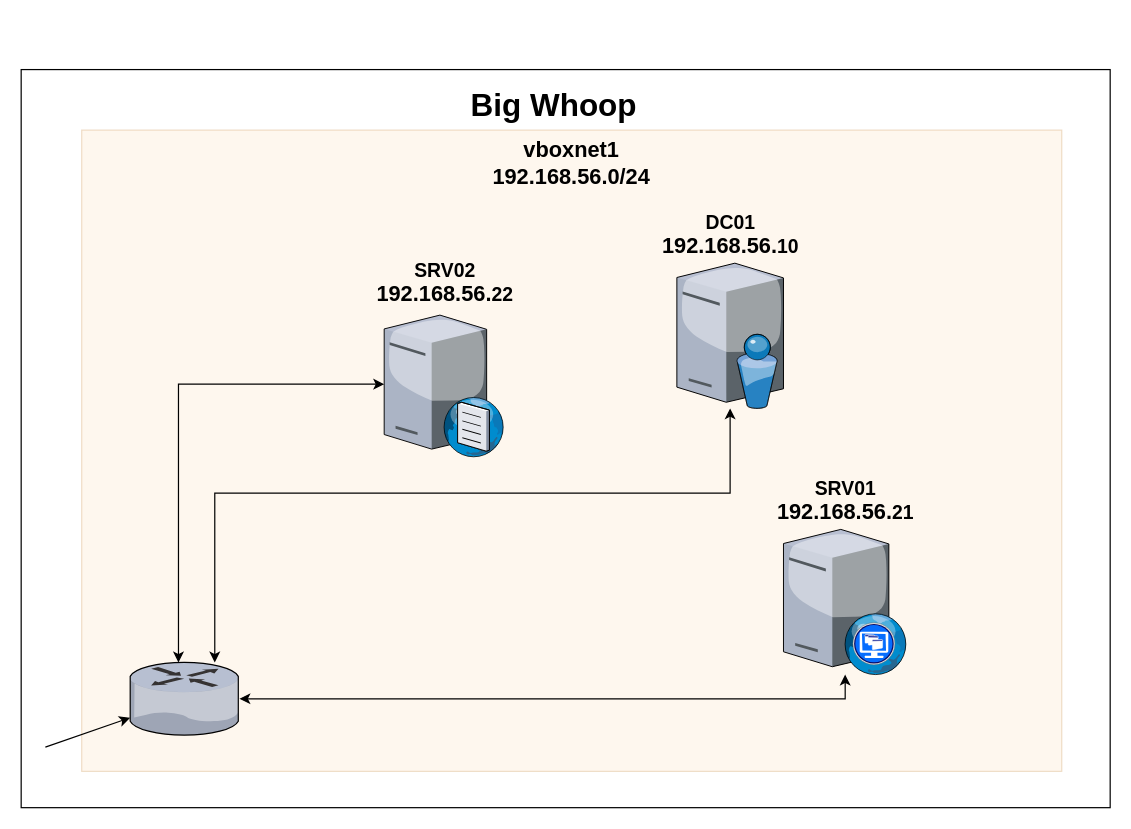
The draw.io diagram pics/whoop.drawio in mncmb/ninevox, before the edit. Source tidied: cells renumbered, new cells numbered last; positions are measured from the earlier drawing's top-left corner, leaving out a move shared by most shapes. Both pictures are drawn from the tidied source at 121%, with x=0, y=0 at pixel (21, 69).
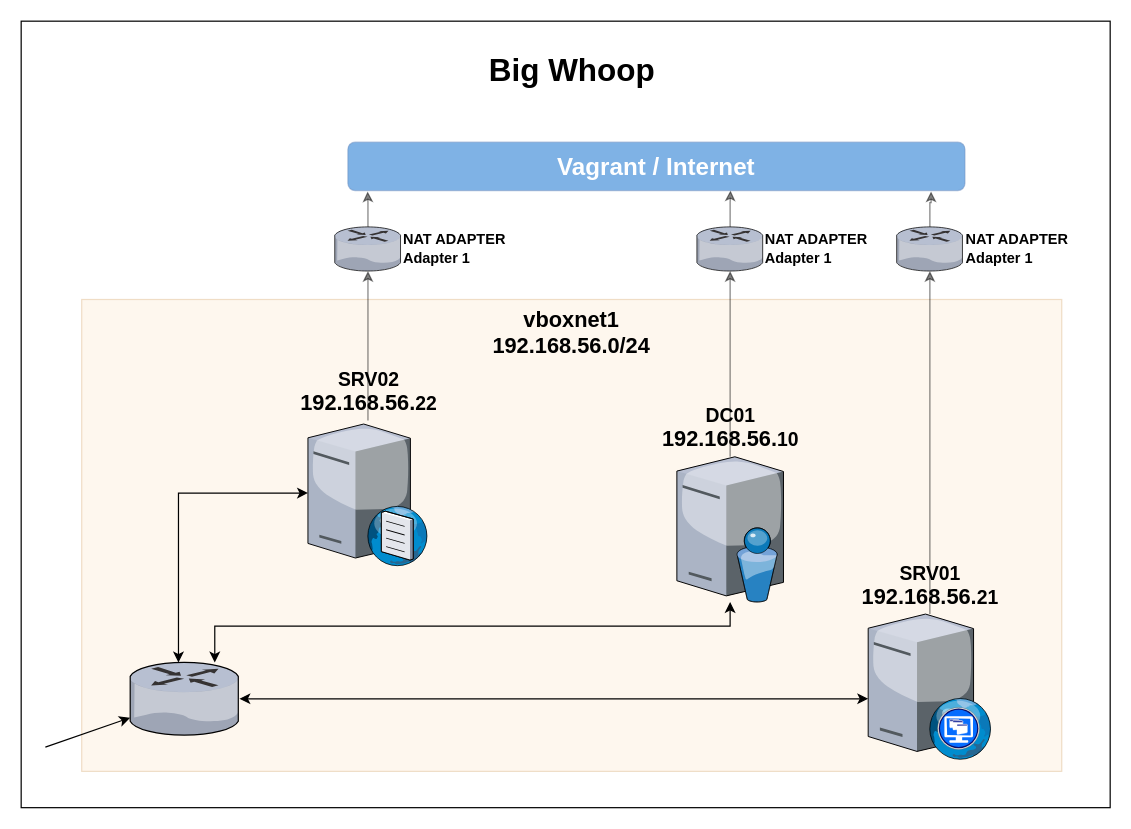
The same page after the edit.

Unchanged cells that the change refers to:
```xml
<mxCell id="11" style="verticalLabelPosition=bottom;sketch=0;html=1;verticalAlign=top;strokeColor=none;align=center;outlineConnect=0;shape=mxgraph.citrix.router;" parent="1" vertex="1">
  <mxGeometry x="90" y="490" width="90.4" height="60" as="geometry" />
</mxCell>
```

What changed in the source:
```diff
@@
     <mxCell id="2" style="rounded=0;whiteSpace=wrap;html=1;fontSize=26;" parent="1" vertex="1">
-      <mxGeometry width="900" height="610" as="geometry" />
+      <mxGeometry y="-40" width="900" height="650" as="geometry" />
     </mxCell>
     <mxCell id="3" value="&lt;div style=&quot;font-size: 18px&quot;&gt;&lt;span&gt;vboxnet1&lt;/span&gt;&lt;/div&gt;&lt;div style=&quot;font-size: 18px&quot;&gt;&lt;span&gt;192.168.56.0/24&lt;/span&gt;&lt;br&gt;&lt;/div&gt;" style="whiteSpace=wrap;html=1;fillColor=#fad7ac;fontSize=14;strokeColor=#b46504;verticalAlign=top;fontStyle=1;opacity=20;" parent="1" vertex="1">
-      <mxGeometry x="50" y="50" width="810" height="530" as="geometry" />
+      <mxGeometry x="50" y="190" width="810" height="390" as="geometry" />
     </mxCell>
     <mxCell id="4" value="Big Whoop" style="text;strokeColor=none;fillColor=none;html=1;fontSize=26;fontStyle=1;verticalAlign=middle;align=center;" parent="1" vertex="1">
-      <mxGeometry x="9.5" y="10" width="861" height="40" as="geometry" />
+      <mxGeometry x="24.5" y="-19" width="861" height="40" as="geometry" />
     </mxCell>
     <mxCell id="5" style="edgeStyle=orthogonalEdgeStyle;rounded=0;jettySize=auto;html=1;startArrow=classic;startFill=1;" parent="1" edge="1" source="6" target="11">
       <mxGeometry relative="1" as="geometry">
         <Array as="points">
-          <mxPoint x="586" y="350" />
-          <mxPoint x="160" y="350" />
+          <mxPoint x="586" y="460" />
+          <mxPoint x="160" y="460" />
         </Array>
       </mxGeometry>
     </mxCell>
+    <mxCell id="13" style="edgeStyle=orthogonalEdgeStyle;rounded=0;jettySize=auto;html=1;opacity=50;" parent="1" edge="1" source="6" target="19">
+      <mxGeometry relative="1" as="geometry" />
+    </mxCell>
     <mxCell id="6" value="&lt;div style=&quot;font-size: 16px&quot;&gt;&lt;font style=&quot;font-size: 16px&quot;&gt;DC01&lt;/font&gt;&lt;/div&gt;&lt;span style=&quot;font-size: 18px&quot;&gt;192.168.56.&lt;/span&gt;&lt;span style=&quot;font-size: 16px&quot;&gt;10&lt;/span&gt;&lt;span style=&quot;font-size: 18px&quot;&gt;&lt;br&gt;&lt;/span&gt;" style="verticalLabelPosition=top;sketch=0;html=1;verticalAlign=bottom;strokeColor=#82b366;align=center;outlineConnect=0;shape=mxgraph.citrix.directory_server;labelPosition=center;fontSize=14;fontStyle=1;fillColor=#d5e8d4;" parent="1" vertex="1">
-      <mxGeometry x="541.9" y="160" width="88.1" height="120" as="geometry" />
+      <mxGeometry x="541.9" y="320" width="88.1" height="120" as="geometry" />
     </mxCell>
     <mxCell id="7" style="edgeStyle=orthogonalEdgeStyle;rounded=0;jettySize=auto;html=1;startArrow=classic;startFill=1;" parent="1" edge="1" source="8" target="11">
       <mxGeometry relative="1" as="geometry">
         <Array as="points">
-          <mxPoint x="130" y="260" />
+          <mxPoint x="130" y="350" />
         </Array>
       </mxGeometry>
     </mxCell>
+    <mxCell id="14" style="edgeStyle=orthogonalEdgeStyle;rounded=0;jettySize=auto;html=1;opacity=50;" parent="1" edge="1" source="8" target="21">
+      <mxGeometry relative="1" as="geometry" />
+    </mxCell>
     <mxCell id="8" value="&lt;font style=&quot;font-size: 16px&quot;&gt;SRV02&lt;br&gt;&lt;/font&gt;&lt;span style=&quot;font-size: 18px&quot;&gt;192.168.56.&lt;/span&gt;&lt;span style=&quot;font-size: 16px&quot;&gt;22&lt;/span&gt;&lt;span style=&quot;font-size: 18px&quot;&gt;&lt;br&gt;&lt;/span&gt;" style="verticalLabelPosition=top;sketch=0;html=1;verticalAlign=bottom;strokeColor=none;align=center;outlineConnect=0;shape=mxgraph.citrix.dns_server;labelPosition=center;fontSize=14;fontStyle=1;" parent="1" vertex="1">
-      <mxGeometry x="300" y="200" width="99.2" height="120" as="geometry" />
+      <mxGeometry x="237" y="290" width="99.2" height="120" as="geometry" />
     </mxCell>
@@
+    <mxCell id="15" style="edgeStyle=orthogonalEdgeStyle;rounded=0;jettySize=auto;html=1;opacity=50;" parent="1" edge="1" source="10" target="17">
+      <mxGeometry relative="1" as="geometry" />
+    </mxCell>
     <mxCell id="10" value="&lt;div style=&quot;font-size: 16px&quot;&gt;&lt;font style=&quot;font-size: 16px&quot;&gt;SRV01&lt;/font&gt;&lt;/div&gt;&lt;span style=&quot;font-size: 18px&quot;&gt;192.168.56.&lt;/span&gt;&lt;span style=&quot;font-size: 16px&quot;&gt;21&lt;/span&gt;&lt;span style=&quot;font-size: 18px&quot;&gt;&lt;br&gt;&lt;/span&gt;" style="verticalLabelPosition=top;sketch=0;html=1;verticalAlign=bottom;strokeColor=none;align=center;outlineConnect=0;shape=mxgraph.citrix.desktop_web;labelPosition=center;fontSize=14;fontStyle=1;" parent="1" vertex="1">
-      <mxGeometry x="630" y="380" width="102" height="120" as="geometry" />
+      <mxGeometry x="700" y="450" width="102" height="120" as="geometry" />
     </mxCell>
@@
+    <mxCell id="16" style="edgeStyle=orthogonalEdgeStyle;rounded=0;jettySize=auto;html=1;entryX=0.945;entryY=1.017;entryDx=0;entryDy=0;entryPerimeter=0;fontSize=20;opacity=50;" parent="1" edge="1" source="17" target="22">
+      <mxGeometry relative="1" as="geometry" />
+    </mxCell>
+    <mxCell id="17" value="&lt;span style=&quot;text-align: left&quot;&gt;NAT ADAPTER&lt;/span&gt;&lt;br style=&quot;text-align: left&quot;&gt;&lt;span style=&quot;text-align: left&quot;&gt;Adapter 1&lt;/span&gt;" style="verticalLabelPosition=middle;sketch=0;html=1;verticalAlign=middle;strokeColor=none;align=left;outlineConnect=0;shape=mxgraph.citrix.router;labelPosition=right;fontStyle=1;" parent="1" vertex="1">
+      <mxGeometry x="723.5" y="130" width="55" height="36.5" as="geometry" />
+    </mxCell>
+    <mxCell id="18" style="edgeStyle=orthogonalEdgeStyle;rounded=0;jettySize=auto;html=1;entryX=0.62;entryY=0.996;entryDx=0;entryDy=0;entryPerimeter=0;fontSize=20;opacity=50;" parent="1" edge="1" source="19" target="22">
+      <mxGeometry relative="1" as="geometry" />
+    </mxCell>
+    <mxCell id="19" value="&lt;span style=&quot;text-align: left&quot;&gt;NAT ADAPTER&lt;/span&gt;&lt;br style=&quot;text-align: left&quot;&gt;&lt;span style=&quot;text-align: left&quot;&gt;Adapter 1&lt;/span&gt;" style="verticalLabelPosition=middle;sketch=0;html=1;verticalAlign=middle;strokeColor=none;align=left;outlineConnect=0;shape=mxgraph.citrix.router;labelPosition=right;fontStyle=1;" parent="1" vertex="1">
+      <mxGeometry x="558.4" y="130" width="55" height="36.5" as="geometry" />
+    </mxCell>
+    <mxCell id="20" style="edgeStyle=orthogonalEdgeStyle;rounded=0;jettySize=auto;html=1;entryX=0.032;entryY=1.017;entryDx=0;entryDy=0;entryPerimeter=0;fontSize=20;opacity=50;" parent="1" edge="1" source="21" target="22">
+      <mxGeometry relative="1" as="geometry" />
+    </mxCell>
+    <mxCell id="21" value="NAT ADAPTER&lt;br&gt;Adapter 1" style="verticalLabelPosition=middle;sketch=0;html=1;verticalAlign=middle;strokeColor=none;align=left;outlineConnect=0;shape=mxgraph.citrix.router;labelPosition=right;fontStyle=1;" parent="1" vertex="1">
+      <mxGeometry x="259.1" y="130" width="55" height="36.5" as="geometry" />
+    </mxCell>
+    <mxCell id="22" value="&lt;b&gt;&lt;font style=&quot;font-size: 20px&quot; color=&quot;#ffffff&quot;&gt;Vagrant / Internet&lt;/font&gt;&lt;/b&gt;" style="rounded=1;whiteSpace=wrap;html=1;strokeColor=#6c8ebf;fillColor=#0066CC;opacity=50;" parent="1" vertex="1">
+      <mxGeometry x="270" y="60" width="510" height="40" as="geometry" />
+    </mxCell>
```
